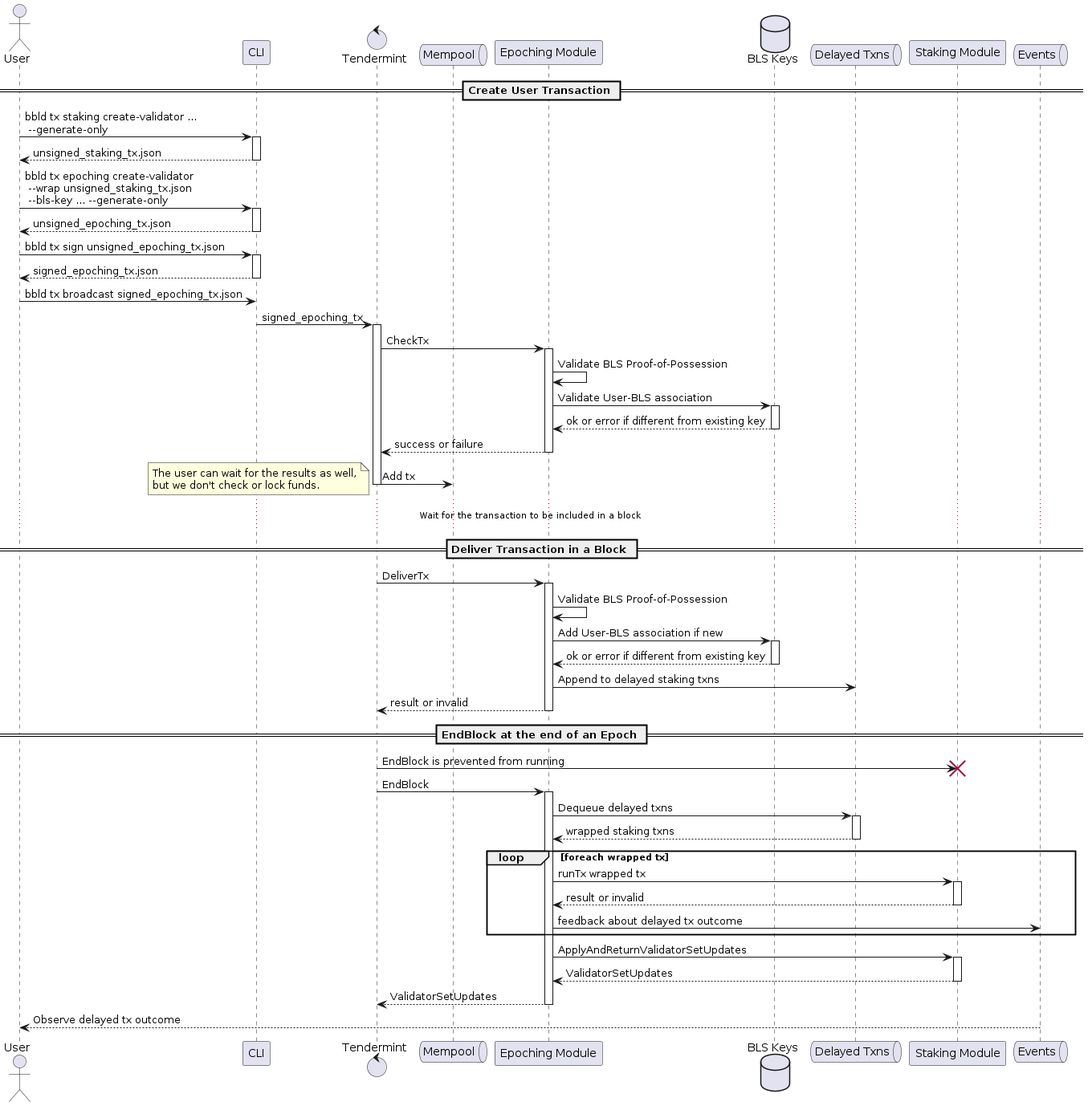
Earlier version of the PlantUML export docs/diagrams/validator_registration.png (babylonchain/babylon).
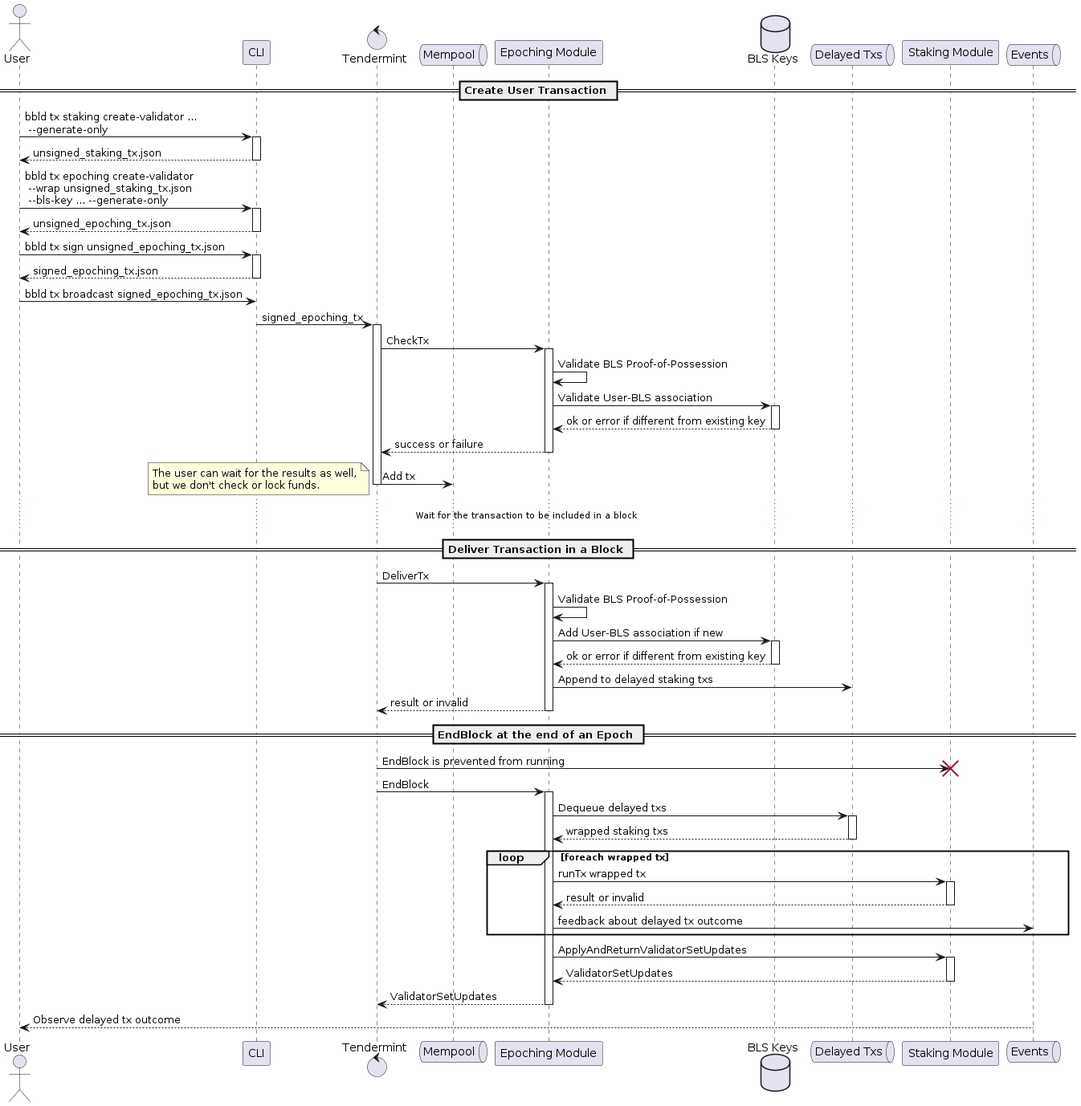
The same file after the commit.

Diff of the diagram source:
```diff
@@ -5,7 +5,7 @@
 queue       Mempool
 participant "Epoching Module" as epoching
 database    "BLS Keys"        as blskeys
-queue       "Delayed Txns"    as delayedtx
+queue       "Delayed Txs"     as delayedtxs
 participant "Staking Module"  as staking
 queue       Events
 
@@ -40,15 +40,15 @@
 epoching -> epoching : Validate BLS Proof-of-Possession
 epoching -> blskeys ++ : Add User-BLS association if new
 return ok or error if different from existing key
-epoching -> delayedtx : Append to delayed staking txns
+epoching -> delayedtxs : Append to delayed staking txs
 return result or invalid
 
 == EndBlock at the end of an Epoch ==
 
 Tendermint -> staking !! : EndBlock is prevented from running
 Tendermint -> epoching ++ : EndBlock
-epoching -> delayedtx ++ : Dequeue delayed txns
-return wrapped staking txns
+epoching -> delayedtxs ++ : Dequeue delayed txs
+return wrapped staking txs
 loop foreach wrapped tx
   epoching -> staking ++ : runTx wrapped tx
   return result or invalid
```
